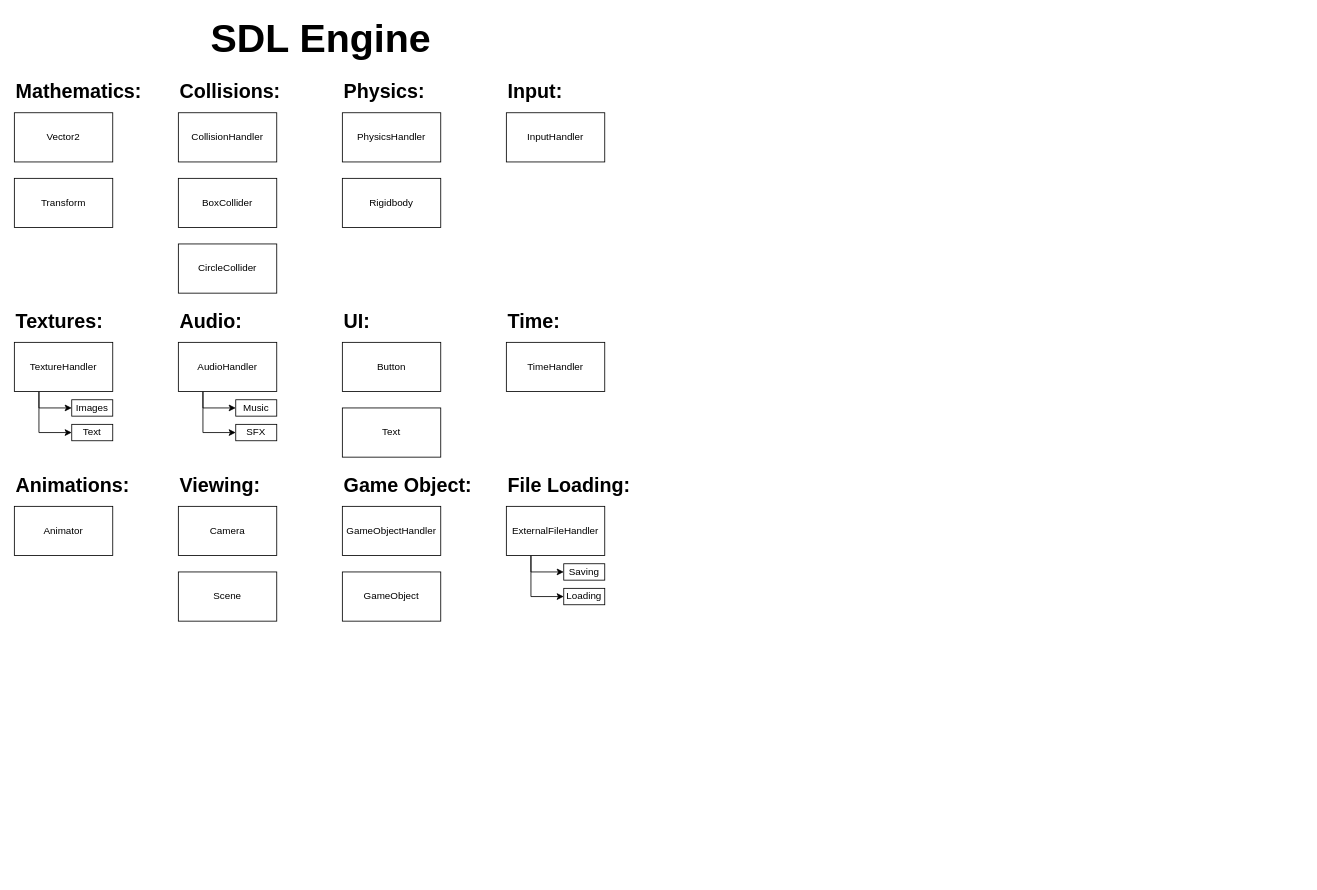
Before: SDL Engine Designs/SDL Engine Diagram.drawio in TheMGLegends/SDL-Engine, a draw.io diagram. Source tidied: cells renumbered, new cells numbered last; positions are measured from the earlier drawing's top-left corner, leaving out a move shared by most shapes. Both pictures are drawn from the tidied source at 82%, with x=0, y=0 at pixel (14, 14).
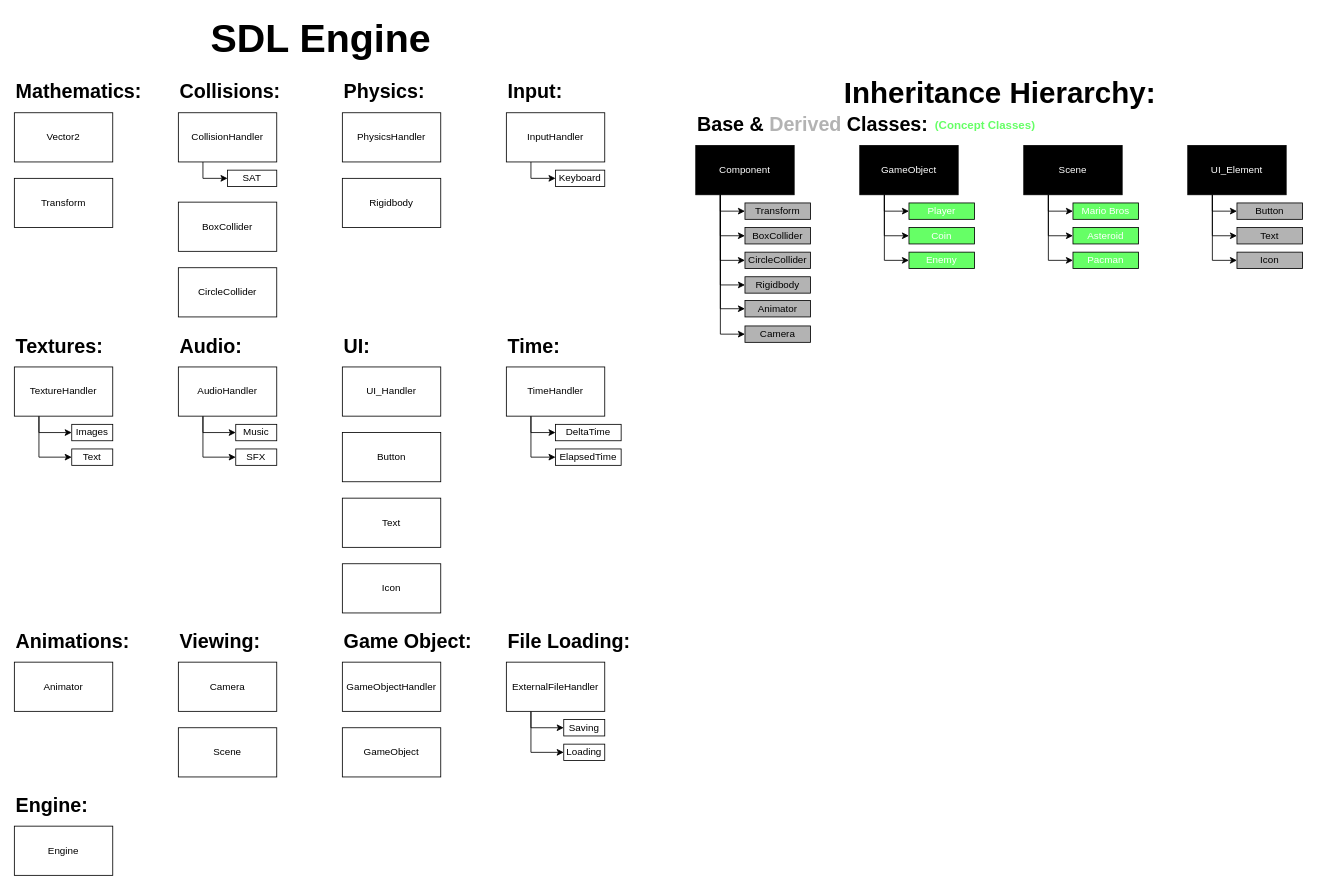
Above is the later version.

Commit message:
Simple Inheritance Hierarchy Outlined

Unchanged cells that the change refers to:
```xml
<mxCell id="7" value="CollisionHandler" style="rounded=0;whiteSpace=wrap;html=1;" parent="1" vertex="1">
  <mxGeometry x="200" y="120" width="120" height="60" as="geometry" />
</mxCell>
<mxCell id="14" value="InputHandler" style="rounded=0;whiteSpace=wrap;html=1;" parent="1" vertex="1">
  <mxGeometry x="600" y="120" width="120" height="60" as="geometry" />
</mxCell>
```

What changed in the source:
```diff
@@
+    <mxCell id="46" style="edgeStyle=orthogonalEdgeStyle;rounded=0;jettySize=auto;html=1;exitX=0.25;exitY=1;exitDx=0;exitDy=0;entryX=0;entryY=0.5;entryDx=0;entryDy=0;" parent="1" edge="1" source="7" target="94">
+      <mxGeometry relative="1" as="geometry">
+        <Array as="points">
+          <mxPoint x="230" y="200" />
+        </Array>
+      </mxGeometry>
+    </mxCell>
@@
     <mxCell id="8" value="BoxCollider" style="rounded=0;whiteSpace=wrap;html=1;" parent="1" vertex="1">
-      <mxGeometry x="200" y="200" width="120" height="60" as="geometry" />
+      <mxGeometry x="200" y="229" width="120" height="60" as="geometry" />
     </mxCell>
     <mxCell id="9" value="CircleCollider" style="rounded=0;whiteSpace=wrap;html=1;" parent="1" vertex="1">
-      <mxGeometry x="200" y="280" width="120" height="60" as="geometry" />
+      <mxGeometry x="200" y="309" width="120" height="60" as="geometry" />
     </mxCell>
@@
+    <mxCell id="47" style="edgeStyle=orthogonalEdgeStyle;rounded=0;jettySize=auto;html=1;exitX=0.25;exitY=1;exitDx=0;exitDy=0;entryX=0;entryY=0.5;entryDx=0;entryDy=0;" parent="1" edge="1" source="14" target="93">
+      <mxGeometry relative="1" as="geometry">
+        <Array as="points">
+          <mxPoint x="630" y="200" />
+        </Array>
+      </mxGeometry>
+    </mxCell>
@@
     <mxCell id="15" value="&lt;font style=&quot;font-size: 24px;&quot;&gt;&lt;b&gt;Textures:&lt;/b&gt;&lt;/font&gt;" style="text;html=1;strokeColor=none;fillColor=none;align=left;verticalAlign=middle;whiteSpace=wrap;rounded=0;" parent="1" vertex="1">
-      <mxGeometry y="360" width="130" height="30" as="geometry" />
+      <mxGeometry y="390" width="130" height="30" as="geometry" />
     </mxCell>
@@
     <mxCell id="18" value="TextureHandler" style="rounded=0;whiteSpace=wrap;html=1;" parent="1" vertex="1">
-      <mxGeometry y="400" width="120" height="60" as="geometry" />
+      <mxGeometry y="430" width="120" height="60" as="geometry" />
     </mxCell>
     <mxCell id="19" value="&lt;font style=&quot;font-size: 24px;&quot;&gt;&lt;b&gt;Audio:&lt;/b&gt;&lt;/font&gt;" style="text;html=1;strokeColor=none;fillColor=none;align=left;verticalAlign=middle;whiteSpace=wrap;rounded=0;" parent="1" vertex="1">
-      <mxGeometry x="200" y="360" width="130" height="30" as="geometry" />
+      <mxGeometry x="200" y="390" width="130" height="30" as="geometry" />
     </mxCell>
@@
     <mxCell id="22" value="AudioHandler" style="rounded=0;whiteSpace=wrap;html=1;" parent="1" vertex="1">
-      <mxGeometry x="200" y="400" width="120" height="60" as="geometry" />
+      <mxGeometry x="200" y="430" width="120" height="60" as="geometry" />
     </mxCell>
     <mxCell id="23" value="&lt;font style=&quot;font-size: 24px;&quot;&gt;&lt;b&gt;UI:&lt;/b&gt;&lt;/font&gt;" style="text;html=1;strokeColor=none;fillColor=none;align=left;verticalAlign=middle;whiteSpace=wrap;rounded=0;" parent="1" vertex="1">
-      <mxGeometry x="400" y="360" width="130" height="30" as="geometry" />
+      <mxGeometry x="400" y="390" width="130" height="30" as="geometry" />
     </mxCell>
     <mxCell id="24" value="Button" style="rounded=0;whiteSpace=wrap;html=1;" parent="1" vertex="1">
-      <mxGeometry x="400" y="400" width="120" height="60" as="geometry" />
+      <mxGeometry x="400" y="510" width="120" height="60" as="geometry" />
     </mxCell>
     <mxCell id="25" value="Images" style="rounded=0;whiteSpace=wrap;html=1;" parent="1" vertex="1">
-      <mxGeometry x="70" y="470" width="50" height="20" as="geometry" />
+      <mxGeometry x="70" y="500" width="50" height="20" as="geometry" />
     </mxCell>
     <mxCell id="26" value="Text" style="rounded=0;whiteSpace=wrap;html=1;" parent="1" vertex="1">
-      <mxGeometry x="70" y="500" width="50" height="20" as="geometry" />
+      <mxGeometry x="70" y="530" width="50" height="20" as="geometry" />
     </mxCell>
     <mxCell id="27" value="Music" style="rounded=0;whiteSpace=wrap;html=1;" parent="1" vertex="1">
-      <mxGeometry x="270" y="470" width="50" height="20" as="geometry" />
+      <mxGeometry x="270" y="500" width="50" height="20" as="geometry" />
     </mxCell>
     <mxCell id="28" value="SFX" style="rounded=0;whiteSpace=wrap;html=1;" parent="1" vertex="1">
-      <mxGeometry x="270" y="500" width="50" height="20" as="geometry" />
+      <mxGeometry x="270" y="530" width="50" height="20" as="geometry" />
     </mxCell>
     <mxCell id="29" value="Text" style="rounded=0;whiteSpace=wrap;html=1;" parent="1" vertex="1">
-      <mxGeometry x="400" y="480" width="120" height="60" as="geometry" />
+      <mxGeometry x="400" y="590" width="120" height="60" as="geometry" />
     </mxCell>
     <mxCell id="30" value="&lt;font style=&quot;font-size: 24px;&quot;&gt;&lt;b&gt;Time:&lt;/b&gt;&lt;/font&gt;" style="text;html=1;strokeColor=none;fillColor=none;align=left;verticalAlign=middle;whiteSpace=wrap;rounded=0;" parent="1" vertex="1">
-      <mxGeometry x="600" y="360" width="130" height="30" as="geometry" />
+      <mxGeometry x="600" y="390" width="130" height="30" as="geometry" />
     </mxCell>
+    <mxCell id="48" style="edgeStyle=orthogonalEdgeStyle;rounded=0;jettySize=auto;html=1;exitX=0.25;exitY=1;exitDx=0;exitDy=0;entryX=0;entryY=0.5;entryDx=0;entryDy=0;" parent="1" edge="1" source="31" target="91">
+      <mxGeometry relative="1" as="geometry">
+        <Array as="points">
+          <mxPoint x="630" y="510" />
+        </Array>
+      </mxGeometry>
+    </mxCell>
+    <mxCell id="49" style="edgeStyle=orthogonalEdgeStyle;rounded=0;jettySize=auto;html=1;exitX=0.25;exitY=1;exitDx=0;exitDy=0;entryX=0;entryY=0.5;entryDx=0;entryDy=0;" parent="1" edge="1" source="31" target="92">
+      <mxGeometry relative="1" as="geometry" />
+    </mxCell>
     <mxCell id="31" value="TimeHandler" style="rounded=0;whiteSpace=wrap;html=1;" parent="1" vertex="1">
-      <mxGeometry x="600" y="400" width="120" height="60" as="geometry" />
+      <mxGeometry x="600" y="430" width="120" height="60" as="geometry" />
     </mxCell>
     <mxCell id="32" value="&lt;font style=&quot;font-size: 24px;&quot;&gt;&lt;b&gt;Animations:&lt;/b&gt;&lt;/font&gt;" style="text;html=1;strokeColor=none;fillColor=none;align=left;verticalAlign=middle;whiteSpace=wrap;rounded=0;" parent="1" vertex="1">
-      <mxGeometry y="560" width="130" height="30" as="geometry" />
+      <mxGeometry y="750" width="130" height="30" as="geometry" />
     </mxCell>
     <mxCell id="33" value="Animator" style="rounded=0;whiteSpace=wrap;html=1;" parent="1" vertex="1">
-      <mxGeometry y="600" width="120" height="60" as="geometry" />
+      <mxGeometry y="790" width="120" height="60" as="geometry" />
     </mxCell>
     <mxCell id="34" value="&lt;font style=&quot;font-size: 24px;&quot;&gt;&lt;b&gt;Viewing:&lt;/b&gt;&lt;/font&gt;" style="text;html=1;strokeColor=none;fillColor=none;align=left;verticalAlign=middle;whiteSpace=wrap;rounded=0;" parent="1" vertex="1">
-      <mxGeometry x="200" y="560" width="130" height="30" as="geometry" />
+      <mxGeometry x="200" y="750" width="130" height="30" as="geometry" />
     </mxCell>
     <mxCell id="35" value="Camera" style="rounded=0;whiteSpace=wrap;html=1;" parent="1" vertex="1">
-      <mxGeometry x="200" y="600" width="120" height="60" as="geometry" />
+      <mxGeometry x="200" y="790" width="120" height="60" as="geometry" />
     </mxCell>
     <mxCell id="36" value="&lt;font style=&quot;font-size: 24px;&quot;&gt;&lt;b&gt;Game Object:&lt;/b&gt;&lt;/font&gt;" style="text;html=1;strokeColor=none;fillColor=none;align=left;verticalAlign=middle;whiteSpace=wrap;rounded=0;" parent="1" vertex="1">
-      <mxGeometry x="400" y="560" width="160" height="30" as="geometry" />
+      <mxGeometry x="400" y="750" width="160" height="30" as="geometry" />
     </mxCell>
     <mxCell id="37" value="GameObjectHandler" style="rounded=0;whiteSpace=wrap;html=1;" parent="1" vertex="1">
-      <mxGeometry x="400" y="600" width="120" height="60" as="geometry" />
+      <mxGeometry x="400" y="790" width="120" height="60" as="geometry" />
     </mxCell>
     <mxCell id="38" value="GameObject" style="rounded=0;whiteSpace=wrap;html=1;" parent="1" vertex="1">
-      <mxGeometry x="400" y="680" width="120" height="60" as="geometry" />
+      <mxGeometry x="400" y="870" width="120" height="60" as="geometry" />
     </mxCell>
     <mxCell id="39" value="&lt;font style=&quot;font-size: 24px;&quot;&gt;&lt;b&gt;File Loading:&lt;/b&gt;&lt;/font&gt;" style="text;html=1;strokeColor=none;fillColor=none;align=left;verticalAlign=middle;whiteSpace=wrap;rounded=0;" parent="1" vertex="1">
-      <mxGeometry x="600" y="560" width="160" height="30" as="geometry" />
+      <mxGeometry x="600" y="750" width="160" height="30" as="geometry" />
     </mxCell>
@@
     <mxCell id="42" value="ExternalFileHandler" style="rounded=0;whiteSpace=wrap;html=1;" parent="1" vertex="1">
-      <mxGeometry x="600" y="600" width="120" height="60" as="geometry" />
+      <mxGeometry x="600" y="790" width="120" height="60" as="geometry" />
     </mxCell>
     <mxCell id="43" value="Saving" style="rounded=0;whiteSpace=wrap;html=1;" parent="1" vertex="1">
-      <mxGeometry x="670" y="670" width="50" height="20" as="geometry" />
+      <mxGeometry x="670" y="860" width="50" height="20" as="geometry" />
     </mxCell>
     <mxCell id="44" value="Loading" style="rounded=0;whiteSpace=wrap;html=1;" parent="1" vertex="1">
-      <mxGeometry x="670" y="700" width="50" height="20" as="geometry" />
+      <mxGeometry x="670" y="890" width="50" height="20" as="geometry" />
     </mxCell>
     <mxCell id="45" value="Scene" style="rounded=0;whiteSpace=wrap;html=1;" parent="1" vertex="1">
-      <mxGeometry x="200" y="680" width="120" height="60" as="geometry" />
+      <mxGeometry x="200" y="870" width="120" height="60" as="geometry" />
     </mxCell>
+    <mxCell id="50" value="&lt;font size=&quot;1&quot; style=&quot;&quot;&gt;&lt;b style=&quot;font-size: 36px;&quot;&gt;Inheritance Hierarchy:&lt;/b&gt;&lt;/font&gt;" style="text;html=1;strokeColor=none;fillColor=none;align=left;verticalAlign=middle;whiteSpace=wrap;rounded=0;" parent="1" vertex="1">
+      <mxGeometry x="1010" y="80" width="390" height="30" as="geometry" />
+    </mxCell>
+    <mxCell id="51" value="&lt;font style=&quot;font-size: 24px;&quot;&gt;&lt;b&gt;Base &amp;amp; &lt;font color=&quot;#b3b3b3&quot;&gt;Derived&lt;/font&gt; Classes:&lt;/b&gt;&lt;/font&gt;" style="text;html=1;strokeColor=none;fillColor=none;align=left;verticalAlign=middle;whiteSpace=wrap;rounded=0;" parent="1" vertex="1">
+      <mxGeometry x="831" y="120" width="290" height="30" as="geometry" />
+    </mxCell>
+    <mxCell id="52" style="edgeStyle=orthogonalEdgeStyle;rounded=0;jettySize=auto;html=1;exitX=0.25;exitY=1;exitDx=0;exitDy=0;entryX=0;entryY=0.5;entryDx=0;entryDy=0;" parent="1" edge="1" source="58" target="63">
+      <mxGeometry relative="1" as="geometry">
+        <Array as="points">
+          <mxPoint x="861" y="240" />
+        </Array>
+      </mxGeometry>
+    </mxCell>
+    <mxCell id="53" style="edgeStyle=orthogonalEdgeStyle;rounded=0;jettySize=auto;html=1;exitX=0.25;exitY=1;exitDx=0;exitDy=0;entryX=0;entryY=0.5;entryDx=0;entryDy=0;" parent="1" edge="1" source="58" target="64">
+      <mxGeometry relative="1" as="geometry" />
+    </mxCell>
+    <mxCell id="54" style="edgeStyle=orthogonalEdgeStyle;rounded=0;jettySize=auto;html=1;exitX=0.25;exitY=1;exitDx=0;exitDy=0;entryX=0;entryY=0.5;entryDx=0;entryDy=0;" parent="1" edge="1" source="58" target="65">
+      <mxGeometry relative="1" as="geometry" />
+    </mxCell>
+    <mxCell id="55" style="edgeStyle=orthogonalEdgeStyle;rounded=0;jettySize=auto;html=1;exitX=0.25;exitY=1;exitDx=0;exitDy=0;entryX=0;entryY=0.5;entryDx=0;entryDy=0;" parent="1" edge="1" source="58" target="66">
+      <mxGeometry relative="1" as="geometry" />
+    </mxCell>
+    <mxCell id="56" style="edgeStyle=orthogonalEdgeStyle;rounded=0;jettySize=auto;html=1;exitX=0.25;exitY=1;exitDx=0;exitDy=0;entryX=0;entryY=0.5;entryDx=0;entryDy=0;" parent="1" edge="1" source="58" target="69">
+      <mxGeometry relative="1" as="geometry" />
+    </mxCell>
+    <mxCell id="57" style="edgeStyle=orthogonalEdgeStyle;rounded=0;jettySize=auto;html=1;exitX=0.25;exitY=1;exitDx=0;exitDy=0;entryX=0;entryY=0.5;entryDx=0;entryDy=0;" parent="1" edge="1" source="58" target="70">
+      <mxGeometry relative="1" as="geometry" />
+    </mxCell>
+    <mxCell id="58" value="&lt;font color=&quot;#ffffff&quot;&gt;Component&lt;/font&gt;" style="rounded=0;whiteSpace=wrap;html=1;fillColor=#000000;" parent="1" vertex="1">
+      <mxGeometry x="831" y="160" width="120" height="60" as="geometry" />
+    </mxCell>
+    <mxCell id="59" style="edgeStyle=orthogonalEdgeStyle;rounded=0;jettySize=auto;html=1;exitX=0.25;exitY=1;exitDx=0;exitDy=0;entryX=0;entryY=0.5;entryDx=0;entryDy=0;" parent="1" edge="1" source="62" target="84">
+      <mxGeometry relative="1" as="geometry">
+        <Array as="points">
+          <mxPoint x="1061" y="240" />
+        </Array>
+      </mxGeometry>
+    </mxCell>
+    <mxCell id="60" style="edgeStyle=orthogonalEdgeStyle;rounded=0;jettySize=auto;html=1;exitX=0.25;exitY=1;exitDx=0;exitDy=0;entryX=0;entryY=0.5;entryDx=0;entryDy=0;" parent="1" edge="1" source="62" target="85">
+      <mxGeometry relative="1" as="geometry" />
+    </mxCell>
+    <mxCell id="61" style="edgeStyle=orthogonalEdgeStyle;rounded=0;jettySize=auto;html=1;exitX=0.25;exitY=1;exitDx=0;exitDy=0;entryX=0;entryY=0.5;entryDx=0;entryDy=0;" parent="1" edge="1" source="62" target="86">
+      <mxGeometry relative="1" as="geometry" />
+    </mxCell>
+    <mxCell id="62" value="&lt;font color=&quot;#ffffff&quot;&gt;GameObject&lt;/font&gt;" style="rounded=0;whiteSpace=wrap;html=1;fillColor=#000000;" parent="1" vertex="1">
+      <mxGeometry x="1031" y="160" width="120" height="60" as="geometry" />
+    </mxCell>
+    <mxCell id="63" value="Transform" style="rounded=0;whiteSpace=wrap;html=1;fillColor=#B3B3B3;" parent="1" vertex="1">
+      <mxGeometry x="891" y="230" width="80" height="20" as="geometry" />
+    </mxCell>
+    <mxCell id="64" value="BoxCollider" style="rounded=0;whiteSpace=wrap;html=1;fillColor=#B3B3B3;" parent="1" vertex="1">
+      <mxGeometry x="891" y="260" width="80" height="20" as="geometry" />
+    </mxCell>
+    <mxCell id="65" value="CircleCollider" style="rounded=0;whiteSpace=wrap;html=1;fillColor=#B3B3B3;" parent="1" vertex="1">
+      <mxGeometry x="891" y="290" width="80" height="20" as="geometry" />
+    </mxCell>
+    <mxCell id="66" value="Rigidbody" style="rounded=0;whiteSpace=wrap;html=1;fillColor=#B3B3B3;" parent="1" vertex="1">
+      <mxGeometry x="891" y="320" width="80" height="20" as="geometry" />
+    </mxCell>
+    <mxCell id="67" value="&lt;font style=&quot;font-size: 24px;&quot;&gt;&lt;b&gt;Engine:&lt;/b&gt;&lt;/font&gt;" style="text;html=1;strokeColor=none;fillColor=none;align=left;verticalAlign=middle;whiteSpace=wrap;rounded=0;" parent="1" vertex="1">
+      <mxGeometry y="950" width="130" height="30" as="geometry" />
+    </mxCell>
+    <mxCell id="68" value="Engine" style="rounded=0;whiteSpace=wrap;html=1;" parent="1" vertex="1">
+      <mxGeometry y="990" width="120" height="60" as="geometry" />
+    </mxCell>
+    <mxCell id="69" value="Animator" style="rounded=0;whiteSpace=wrap;html=1;fillColor=#B3B3B3;" parent="1" vertex="1">
+      <mxGeometry x="891" y="349" width="80" height="20" as="geometry" />
+    </mxCell>
+    <mxCell id="70" value="Camera" style="rounded=0;whiteSpace=wrap;html=1;fillColor=#B3B3B3;" parent="1" vertex="1">
+      <mxGeometry x="891" y="380" width="80" height="20" as="geometry" />
+    </mxCell>
+    <mxCell id="71" style="edgeStyle=orthogonalEdgeStyle;rounded=0;jettySize=auto;html=1;exitX=0.25;exitY=1;exitDx=0;exitDy=0;entryX=0;entryY=0.5;entryDx=0;entryDy=0;" parent="1" edge="1" source="74" target="87">
+      <mxGeometry relative="1" as="geometry">
+        <Array as="points">
+          <mxPoint x="1261" y="240" />
+        </Array>
+      </mxGeometry>
+    </mxCell>
+    <mxCell id="72" style="edgeStyle=orthogonalEdgeStyle;rounded=0;jettySize=auto;html=1;exitX=0.25;exitY=1;exitDx=0;exitDy=0;entryX=0;entryY=0.5;entryDx=0;entryDy=0;" parent="1" edge="1" source="74" target="88">
+      <mxGeometry relative="1" as="geometry" />
+    </mxCell>
+    <mxCell id="73" style="edgeStyle=orthogonalEdgeStyle;rounded=0;jettySize=auto;html=1;exitX=0.25;exitY=1;exitDx=0;exitDy=0;entryX=0;entryY=0.5;entryDx=0;entryDy=0;" parent="1" edge="1" source="74" target="89">
+      <mxGeometry relative="1" as="geometry" />
+    </mxCell>
+    <mxCell id="74" value="&lt;font color=&quot;#ffffff&quot;&gt;Scene&lt;/font&gt;" style="rounded=0;whiteSpace=wrap;html=1;fillColor=#000000;" parent="1" vertex="1">
+      <mxGeometry x="1231" y="160" width="120" height="60" as="geometry" />
+    </mxCell>
+    <mxCell id="75" value="Button" style="rounded=0;whiteSpace=wrap;html=1;fillColor=#B3B3B3;" parent="1" vertex="1">
+      <mxGeometry x="1491" y="230" width="80" height="20" as="geometry" />
+    </mxCell>
+    <mxCell id="76" value="Text" style="rounded=0;whiteSpace=wrap;html=1;fillColor=#B3B3B3;" parent="1" vertex="1">
+      <mxGeometry x="1491" y="260" width="80" height="20" as="geometry" />
+    </mxCell>
+    <mxCell id="77" value="Icon" style="rounded=0;whiteSpace=wrap;html=1;fillColor=#B3B3B3;" parent="1" vertex="1">
+      <mxGeometry x="1491" y="290" width="80" height="20" as="geometry" />
+    </mxCell>
+    <mxCell id="78" value="Icon" style="rounded=0;whiteSpace=wrap;html=1;" parent="1" vertex="1">
+      <mxGeometry x="400" y="670" width="120" height="60" as="geometry" />
+    </mxCell>
+    <mxCell id="79" style="edgeStyle=orthogonalEdgeStyle;rounded=0;jettySize=auto;html=1;exitX=0.25;exitY=1;exitDx=0;exitDy=0;entryX=0;entryY=0.5;entryDx=0;entryDy=0;" parent="1" edge="1" source="82" target="75">
+      <mxGeometry relative="1" as="geometry">
+        <Array as="points">
+          <mxPoint x="1461" y="240" />
+        </Array>
+      </mxGeometry>
+    </mxCell>
+    <mxCell id="80" style="edgeStyle=orthogonalEdgeStyle;rounded=0;jettySize=auto;html=1;exitX=0.25;exitY=1;exitDx=0;exitDy=0;entryX=0;entryY=0.5;entryDx=0;entryDy=0;" parent="1" edge="1" source="82" target="76">
+      <mxGeometry relative="1" as="geometry" />
+    </mxCell>
+    <mxCell id="81" style="edgeStyle=orthogonalEdgeStyle;rounded=0;jettySize=auto;html=1;exitX=0.25;exitY=1;exitDx=0;exitDy=0;entryX=0;entryY=0.5;entryDx=0;entryDy=0;" parent="1" edge="1" source="82" target="77">
+      <mxGeometry relative="1" as="geometry" />
+    </mxCell>
+    <mxCell id="82" value="&lt;font color=&quot;#ffffff&quot;&gt;UI_Element&lt;/font&gt;" style="rounded=0;whiteSpace=wrap;html=1;fillColor=#000000;" parent="1" vertex="1">
+      <mxGeometry x="1431" y="160" width="120" height="60" as="geometry" />
+    </mxCell>
+    <mxCell id="83" value="UI_Handler" style="rounded=0;whiteSpace=wrap;html=1;" parent="1" vertex="1">
+      <mxGeometry x="400" y="430" width="120" height="60" as="geometry" />
+    </mxCell>
+    <mxCell id="84" value="&lt;font color=&quot;#ffffff&quot;&gt;Player&lt;/font&gt;" style="rounded=0;whiteSpace=wrap;html=1;fillColor=#66FF66;" parent="1" vertex="1">
+      <mxGeometry x="1091" y="230" width="80" height="20" as="geometry" />
+    </mxCell>
+    <mxCell id="85" value="&lt;font color=&quot;#ffffff&quot;&gt;Coin&lt;/font&gt;" style="rounded=0;whiteSpace=wrap;html=1;fillColor=#66FF66;" parent="1" vertex="1">
+      <mxGeometry x="1091" y="260" width="80" height="20" as="geometry" />
+    </mxCell>
+    <mxCell id="86" value="&lt;font color=&quot;#ffffff&quot;&gt;Enemy&lt;/font&gt;" style="rounded=0;whiteSpace=wrap;html=1;fillColor=#66FF66;" parent="1" vertex="1">
+      <mxGeometry x="1091" y="290" width="80" height="20" as="geometry" />
+    </mxCell>
+    <mxCell id="87" value="&lt;font color=&quot;#ffffff&quot;&gt;Mario Bros&lt;/font&gt;" style="rounded=0;whiteSpace=wrap;html=1;fillColor=#66FF66;" parent="1" vertex="1">
+      <mxGeometry x="1291" y="230" width="80" height="20" as="geometry" />
+    </mxCell>
+    <mxCell id="88" value="&lt;font color=&quot;#ffffff&quot;&gt;Asteroid&lt;/font&gt;" style="rounded=0;whiteSpace=wrap;html=1;fillColor=#66FF66;" parent="1" vertex="1">
+      <mxGeometry x="1291" y="260" width="80" height="20" as="geometry" />
+    </mxCell>
+    <mxCell id="89" value="&lt;font color=&quot;#ffffff&quot;&gt;Pacman&lt;/font&gt;" style="rounded=0;whiteSpace=wrap;html=1;fillColor=#66FF66;" parent="1" vertex="1">
+      <mxGeometry x="1291" y="290" width="80" height="20" as="geometry" />
+    </mxCell>
+    <mxCell id="90" value="&lt;b style=&quot;&quot;&gt;&lt;font color=&quot;#66ff66&quot; style=&quot;font-size: 14px;&quot;&gt;(Concept Classes)&lt;/font&gt;&lt;/b&gt;" style="text;html=1;strokeColor=none;fillColor=none;align=left;verticalAlign=middle;whiteSpace=wrap;rounded=0;" parent="1" vertex="1">
+      <mxGeometry x="1121" y="120" width="129" height="30" as="geometry" />
+    </mxCell>
+    <mxCell id="91" value="DeltaTime" style="rounded=0;whiteSpace=wrap;html=1;" parent="1" vertex="1">
+      <mxGeometry x="660" y="500" width="80" height="20" as="geometry" />
+    </mxCell>
+    <mxCell id="92" value="ElapsedTime" style="rounded=0;whiteSpace=wrap;html=1;" parent="1" vertex="1">
+      <mxGeometry x="660" y="530" width="80" height="20" as="geometry" />
+    </mxCell>
+    <mxCell id="93" value="Keyboard" style="rounded=0;whiteSpace=wrap;html=1;" parent="1" vertex="1">
+      <mxGeometry x="660" y="190" width="60" height="20" as="geometry" />
+    </mxCell>
+    <mxCell id="94" value="SAT" style="rounded=0;whiteSpace=wrap;html=1;" parent="1" vertex="1">
+      <mxGeometry x="260" y="190" width="60" height="20" as="geometry" />
+    </mxCell>
```
